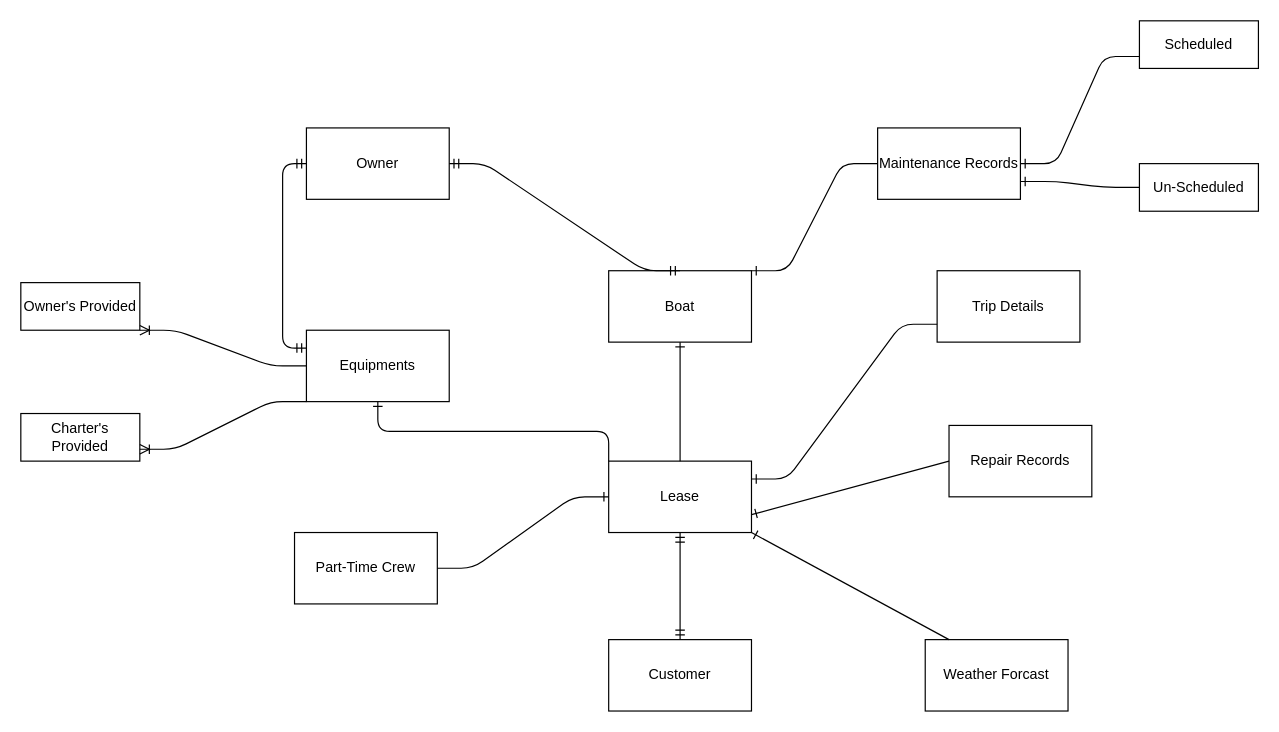
The draw.io diagram Assignment.drawio in mysterioman14/Complete-Python-3-Bootcamp, before the edit. Source tidied: cells renumbered, new cells numbered last; positions are measured from the earlier drawing's top-left corner, leaving out a move shared by most shapes. Both pictures are drawn from the tidied source at 119%, with x=0, y=0 at pixel (20, 20).
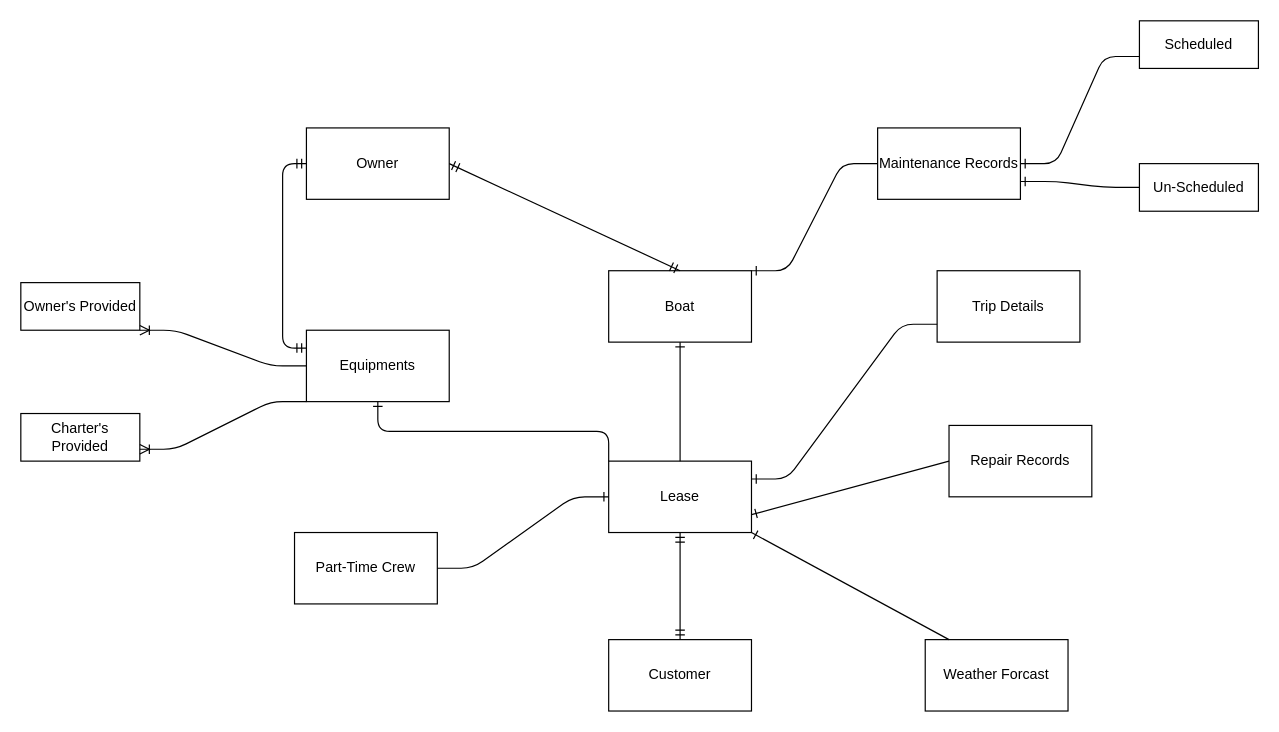
After the change.

Unchanged cells that the change refers to:
```xml
<mxCell id="2" value="Boat" style="rounded=0;whiteSpace=wrap;html=1;" parent="1" vertex="1">
  <mxGeometry x="494" y="210" width="120" height="60" as="geometry" />
</mxCell>
<mxCell id="8" value="Owner" style="rounded=0;whiteSpace=wrap;html=1;" parent="1" vertex="1">
  <mxGeometry x="240" y="90" width="120" height="60" as="geometry" />
</mxCell>
```

Change to the diagram source:
```diff
@@
-    <mxCell id="12" style="edgeStyle=entityRelationEdgeStyle;fontSize=12;html=1;endArrow=ERmandOne;startArrow=ERmandOne;exitX=0.5;exitY=0;exitDx=0;exitDy=0;entryX=1;entryY=0.5;entryDx=0;entryDy=0;" parent="1" edge="1" source="2" target="8">
+    <mxCell id="12" style="fontSize=12;html=1;endArrow=ERmandOne;startArrow=ERmandOne;exitX=0.5;exitY=0;exitDx=0;exitDy=0;entryX=1;entryY=0.5;entryDx=0;entryDy=0;" parent="1" edge="1" source="2" target="8">
       <mxGeometry relative="1" as="geometry" />
     </mxCell>
```
